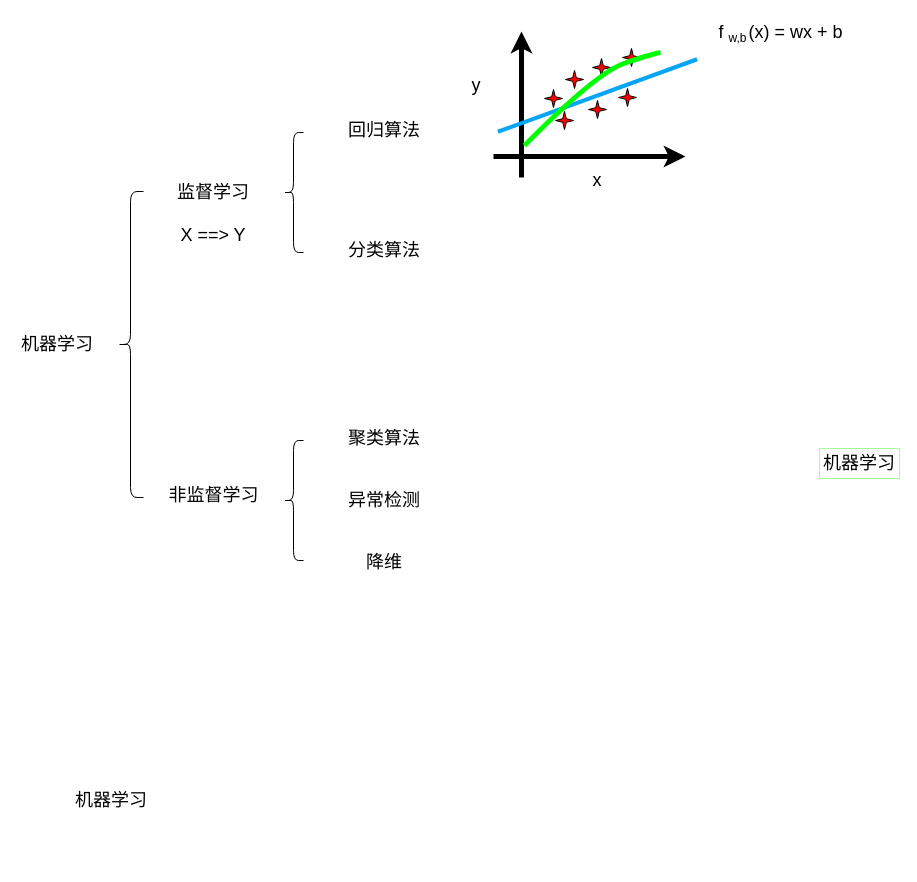
Before: 机器学习.drawio in anze1314/picture, a draw.io diagram. Source tidied: cells renumbered, new cells numbered last; positions are measured from the earlier drawing's top-left corner, leaving out a move shared by most shapes. Both pictures are drawn from the tidied source at 100%, with x=0, y=0 at pixel (17, 17).
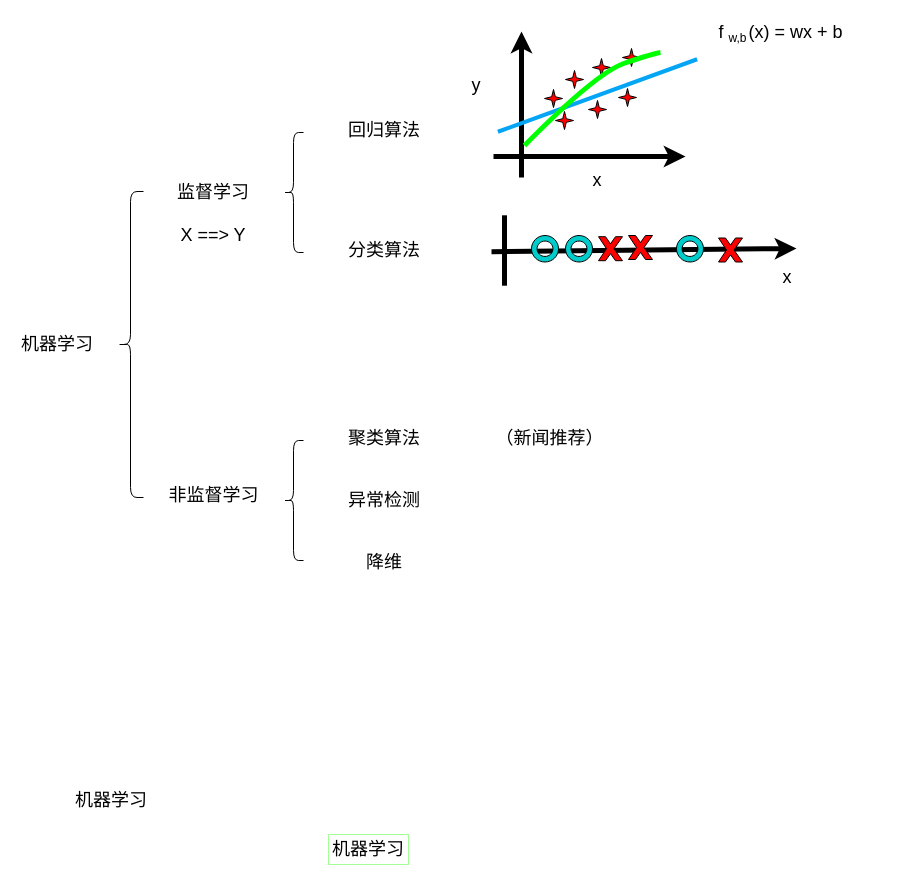
The same diagram, later.

Commit message (it also covers changes not shown here):
更新机器学习.drawio

The edit, as a diff of the source:
```diff
@@
     <mxCell id="5" value="&lt;font style=&quot;font-size: 18px;&quot;&gt;机器学习&lt;/font&gt;" style="text;strokeColor=#a5ff99;align=center;fillColor=none;html=1;verticalAlign=middle;whiteSpace=wrap;rounded=0;" parent="1" vertex="1">
-      <mxGeometry x="802" y="431" width="80" height="30" as="geometry" />
+      <mxGeometry x="311" y="817" width="80" height="30" as="geometry" />
     </mxCell>
@@
+    <mxCell id="31" value="&lt;font style=&quot;font-size: 18px;&quot;&gt;x&lt;/font&gt;" style="text;strokeColor=none;align=center;fillColor=none;html=1;verticalAlign=middle;whiteSpace=wrap;rounded=0;" parent="1" vertex="1">
+      <mxGeometry x="730" y="244.5" width="80" height="30" as="geometry" />
+    </mxCell>
+    <mxCell id="32" style="endArrow=none;html=1;rounded=0;strokeColor=default;targetPerimeterSpacing=6;strokeWidth=5;endFill=0;" parent="1" edge="1">
+      <mxGeometry relative="1" as="geometry">
+        <mxPoint x="487" y="268.2" as="sourcePoint" />
+        <mxPoint x="487" y="197.8" as="targetPoint" />
+      </mxGeometry>
+    </mxCell>
+    <mxCell id="33" style="endArrow=classic;html=1;rounded=0;strokeColor=default;targetPerimeterSpacing=6;strokeWidth=5;" parent="1" edge="1">
+      <mxGeometry relative="1" as="geometry">
+        <mxPoint x="474" y="234.2" as="sourcePoint" />
+        <mxPoint x="779" y="231" as="targetPoint" />
+      </mxGeometry>
+    </mxCell>
+    <mxCell id="34" style="verticalLabelPosition=bottom;verticalAlign=top;html=1;shape=mxgraph.basic.x;fillColor=#FF0000;" parent="1" vertex="1">
+      <mxGeometry x="701" y="220.5" width="24" height="24" as="geometry" />
+    </mxCell>
+    <mxCell id="35" style="verticalLabelPosition=bottom;verticalAlign=top;html=1;shape=mxgraph.basic.donut;dx=5.55;fillColor=#00CCCC;" parent="1" vertex="1">
+      <mxGeometry x="659" y="218" width="27" height="26.5" as="geometry" />
+    </mxCell>
+    <mxCell id="36" style="verticalLabelPosition=bottom;verticalAlign=top;html=1;shape=mxgraph.basic.donut;dx=5.55;fillColor=#00CCCC;" parent="1" vertex="1">
+      <mxGeometry x="548" y="218" width="27" height="26.5" as="geometry" />
+    </mxCell>
+    <mxCell id="37" style="verticalLabelPosition=bottom;verticalAlign=top;html=1;shape=mxgraph.basic.x;fillColor=#FF0000;" parent="1" vertex="1">
+      <mxGeometry x="581" y="219.2" width="24" height="24" as="geometry" />
+    </mxCell>
+    <mxCell id="38" style="verticalLabelPosition=bottom;verticalAlign=top;html=1;shape=mxgraph.basic.donut;dx=5.55;fillColor=#00CCCC;" parent="1" vertex="1">
+      <mxGeometry x="514" y="218" width="27" height="26.5" as="geometry" />
+    </mxCell>
+    <mxCell id="39" style="verticalLabelPosition=bottom;verticalAlign=top;html=1;shape=mxgraph.basic.x;fillColor=#FF0000;" parent="1" vertex="1">
+      <mxGeometry x="611" y="218" width="24" height="24" as="geometry" />
+    </mxCell>
+    <mxCell id="40" value="&lt;font style=&quot;font-size: 18px;&quot;&gt;（新闻推荐）&lt;/font&gt;" style="text;strokeColor=none;align=center;fillColor=none;html=1;verticalAlign=middle;whiteSpace=wrap;rounded=0;" parent="1" vertex="1">
+      <mxGeometry x="476" y="406" width="113" height="30" as="geometry" />
+    </mxCell>
```
